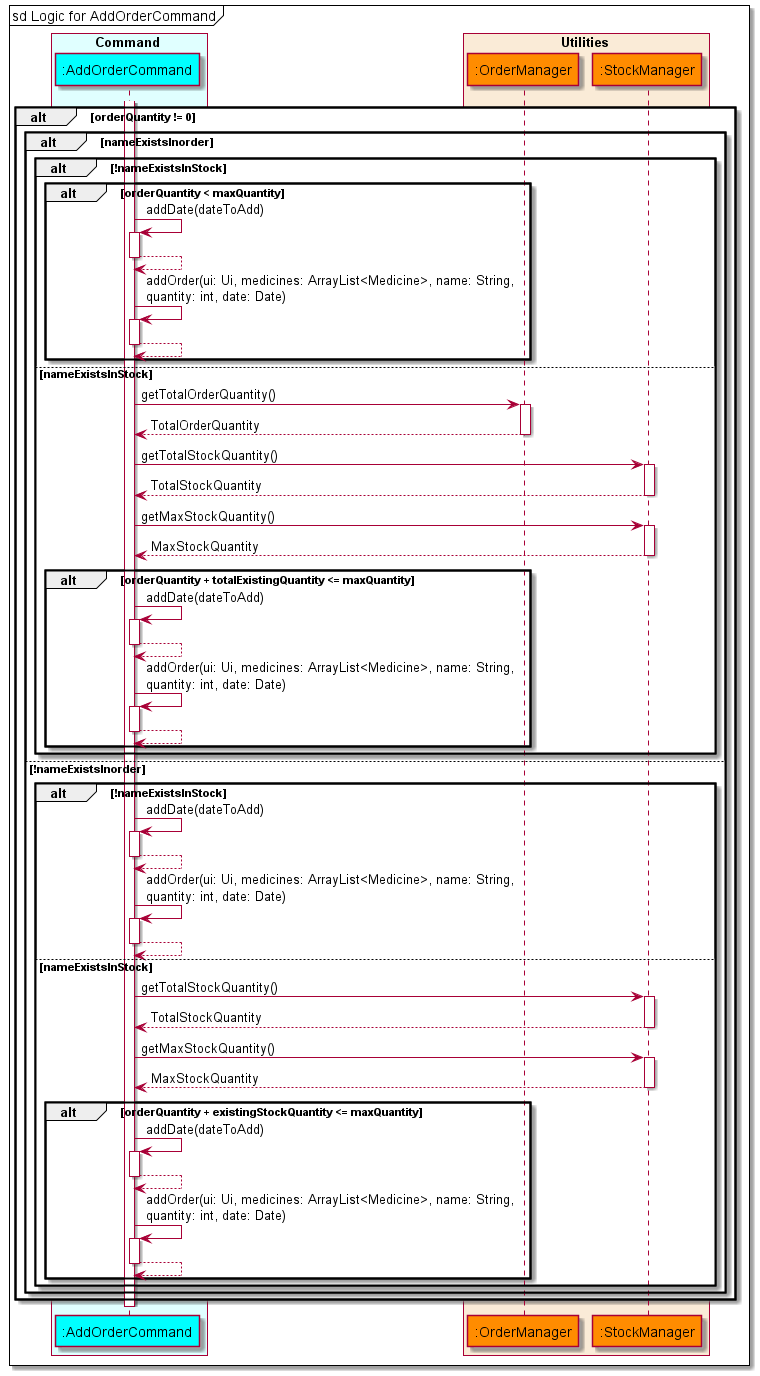
Before: docs/diagrams/diagram_images/AddOrderSequenceDiagram.png, a diagram exported from PlantUML (nus-cs2113-AY2122S1/tp).
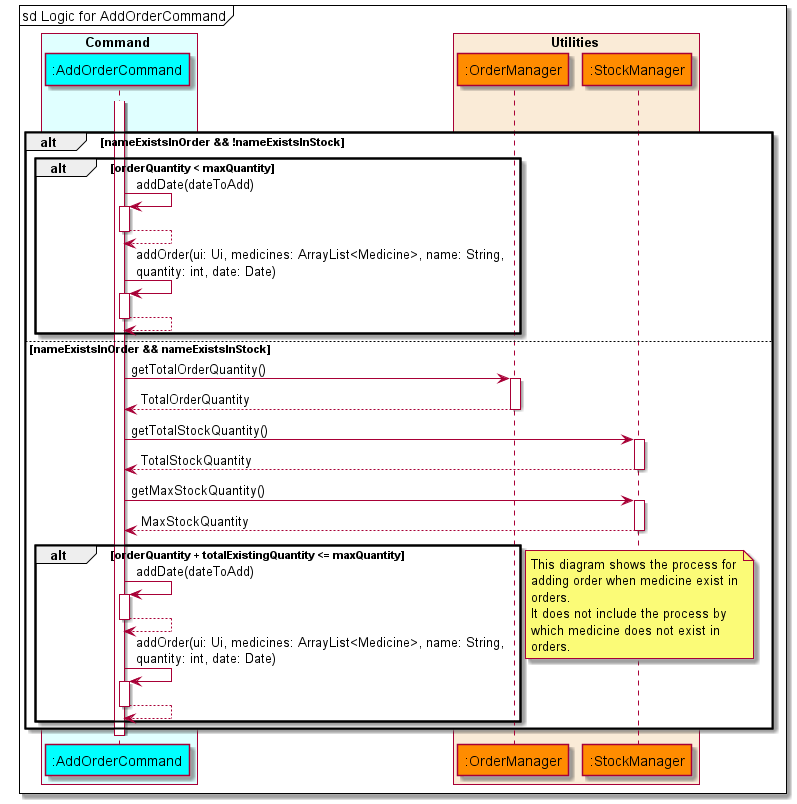
After the change.

Commit message:
Shorten SD diagram

Diff of the diagram source:
```diff
@@ -15,47 +15,34 @@
 mainFrame sd Logic for AddOrderCommand
 activate addorder
 alt orderQuantity != 0
-    alt nameExistsInorder
-        alt !nameExistsInStock
-               alt orderQuantity < maxQuantity
-                   addorder -> addorder : addDate(dateToAdd)
-                   addorder --> addorder
-                   addorder -> addorder : addOrder(ui: Ui, medicines: ArrayList<Medicine>, name: String, \nquantity: int, date: Date)
-                   addorder --> addorder
-               end
-           else nameExistsInStock
-               addorder -> ordermanager : getTotalOrderQuantity()
-               addorder <-- ordermanager : TotalOrderQuantity
-               addorder -> stockmanager : getTotalStockQuantity()
-               addorder <-- stockmanager : TotalStockQuantity
-               addorder -> stockmanager : getMaxStockQuantity()
-               addorder <-- stockmanager : MaxStockQuantity
-               alt orderQuantity + totalExistingQuantity <= maxQuantity
-                   addorder -> addorder : addDate(dateToAdd)
-                   addorder --> addorder
-                   addorder -> addorder : addOrder(ui: Ui, medicines: ArrayList<Medicine>, name: String, \nquantity: int, date: Date)
-                   addorder --> addorder
-               end
-           end
-    else !nameExistsInorder
-        alt !nameExistsInStock
-            addorder -> addorder : addDate(dateToAdd)
-            addorder --> addorder
-            addorder -> addorder : addOrder(ui: Ui, medicines: ArrayList<Medicine>, name: String, \nquantity: int, date: Date)
-            addorder --> addorder
-        else nameExistsInStock
-            addorder -> stockmanager : getTotalStockQuantity()
-            addorder <-- stockmanager : TotalStockQuantity
-            addorder -> stockmanager : getMaxStockQuantity()
-            addorder <-- stockmanager : MaxStockQuantity
-            alt orderQuantity + existingStockQuantity <= maxQuantity
-                addorder -> addorder : addDate(dateToAdd)
-                addorder --> addorder
-                addorder -> addorder : addOrder(ui: Ui, medicines: ArrayList<Medicine>, name: String, \nquantity: int, date: Date)
-                addorder --> addorder
-            end
+    alt nameExistsInOrder && !nameExistsInStock
+        alt orderQuantity < maxQuantity
+           addorder -> addorder : addDate(dateToAdd)
+           addorder --> addorder
+           addorder -> addorder : addOrder(ui: Ui, medicines: ArrayList<Medicine>, name: String, \nquantity: int, date: Date)
+           addorder --> addorder
         end
-    end
+    else nameExistsInOrder && nameExistsInStock
+        addorder -> ordermanager : getTotalOrderQuantity()
+        addorder <-- ordermanager : TotalOrderQuantity
+        addorder -> stockmanager : getTotalStockQuantity()
+        addorder <-- stockmanager : TotalStockQuantity
+        addorder -> stockmanager : getMaxStockQuantity()
+        addorder <-- stockmanager : MaxStockQuantity
+        alt orderQuantity + totalExistingQuantity <= maxQuantity
+           addorder -> addorder : addDate(dateToAdd)
+           addorder --> addorder
+           addorder -> addorder : addOrder(ui: Ui, medicines: ArrayList<Medicine>, name: String, \nquantity: int, date: Date)
+           addorder --> addorder
+        end
+    note right
+        This diagram shows the process for
+        adding order when medicine exist in
+        orders.
+        It does not include the process by
+        which medicine does not exist in
+        orders.
+    end note
 end
 deactivate addorder
 @enduml
```
